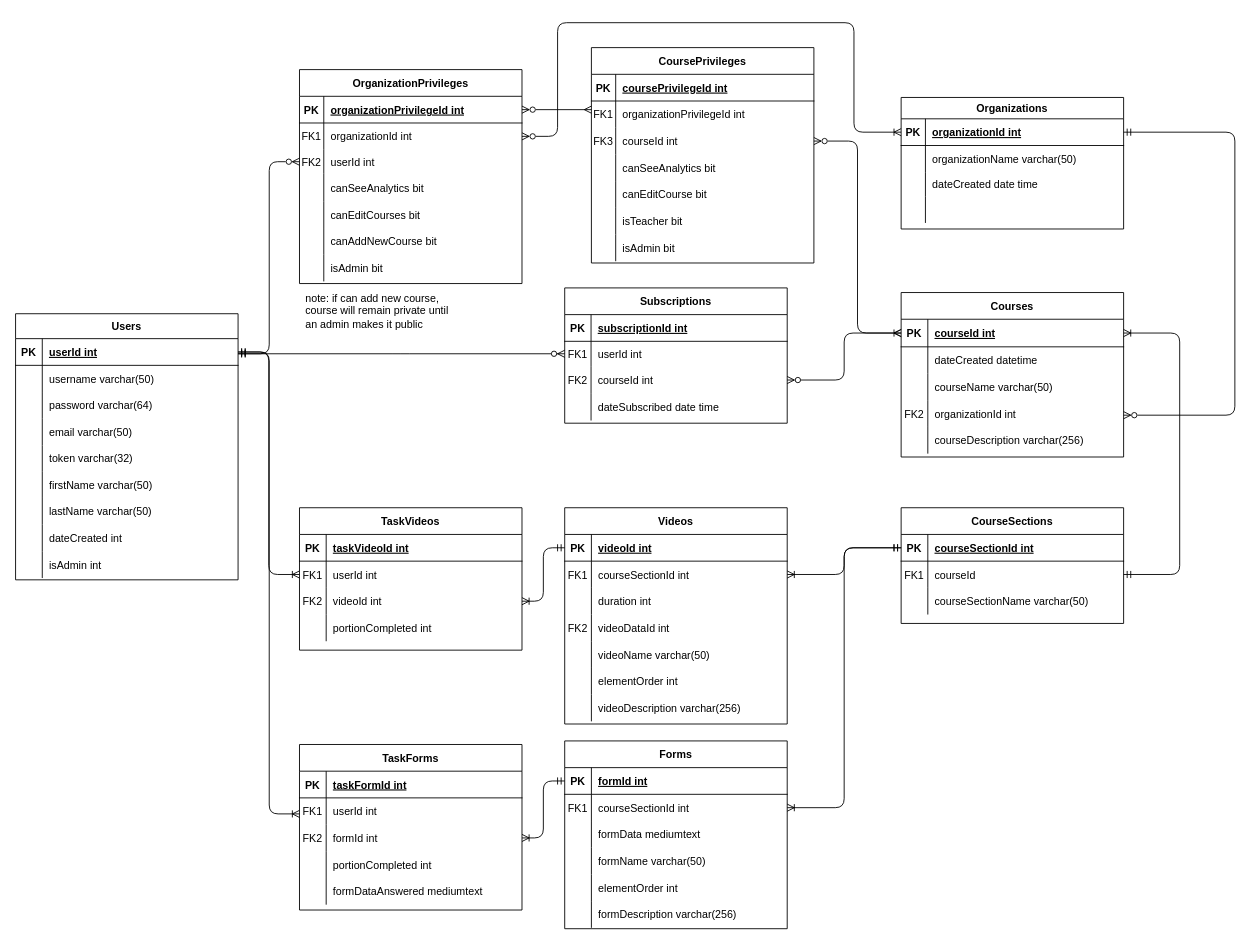
Chai112/MOOC keeps this draw.io diagram as docs/MOOC.drawio. Above is the earlier version. Source tidied: cells renumbered, new cells numbered last; positions are measured from the earlier drawing's top-left corner, leaving out a move shared by most shapes. Both pictures are drawn from the tidied source at 89%, with x=0, y=0 at pixel (15, 22).
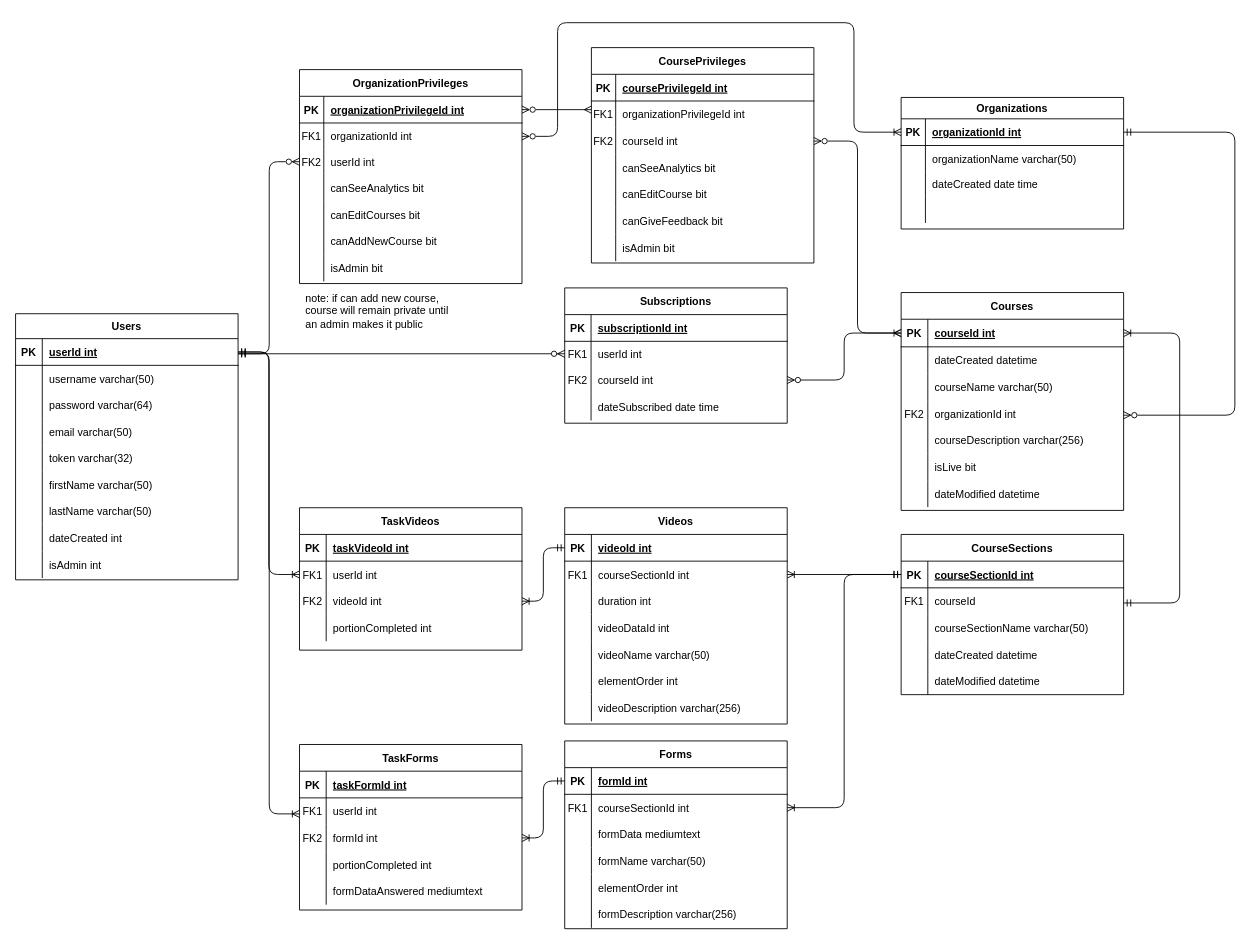
The same page after the edit.

The change refers to these unchanged cells:
```xml
<mxCell id="18" style="shape=partialRectangle;fillColor=none;points=[[0,0.5],[1,0.5]];portConstraint=eastwest;top=0;left=0;right=0;bottom=1;" parent="17" vertex="1">
  <mxGeometry y="30" width="250" height="31" as="geometry" />
</mxCell>
<mxCell id="71" style="shape=partialRectangle;fillColor=none;top=0;left=0;right=0;bottom=0;" parent="61" vertex="1">
  <mxGeometry y="120" width="250" height="30" as="geometry" />
</mxCell>
<mxCell id="87" style="shape=partialRectangle;fillColor=none;points=[[0,0.5],[1,0.5]];portConstraint=eastwest;top=0;left=0;right=0;bottom=0;" parent="83" vertex="1">
  <mxGeometry y="60" width="250" height="30" as="geometry" />
</mxCell>
<mxCell id="193" style="shape=partialRectangle;fillColor=none;points=[[0,0.5],[1,0.5]];portConstraint=eastwest;top=0;left=0;right=0;bottom=0;" parent="186" vertex="1">
  <mxGeometry y="90" width="250" height="30" as="geometry" />
</mxCell>
<mxCell id="202" style="shape=partialRectangle;fillColor=none;top=0;left=0;right=0;bottom=0;" parent="186" vertex="1">
  <mxGeometry y="180" width="250" height="30" as="geometry" />
</mxCell>
```

The edit, as a diff of the source:
```diff
@@
     <mxCell id="17" value="Courses" style="shape=table;startSize=30;childLayout=tableLayout;rowLines=0;fontStyle=1;align=center;" parent="1" vertex="1">
-      <mxGeometry x="995" y="303.2" width="250" height="184.8" as="geometry" />
+      <mxGeometry x="995" y="303.2" width="250" height="244.8" as="geometry" />
     </mxCell>
@@
+    <mxCell id="211" style="shape=partialRectangle;fillColor=none;top=0;left=0;right=0;bottom=0;" parent="17" vertex="1">
+      <mxGeometry y="181" width="250" height="30" as="geometry" />
+    </mxCell>
+    <mxCell id="212" style="shape=partialRectangle;overflow=hidden;fillColor=none;top=0;left=0;bottom=0;right=0;" parent="211" vertex="1">
+      <mxGeometry width="30" height="30" as="geometry" />
+    </mxCell>
+    <mxCell id="213" value="isLive bit" style="shape=partialRectangle;overflow=hidden;fillColor=none;top=0;left=0;bottom=0;right=0;align=left;spacingLeft=6;" parent="211" vertex="1">
+      <mxGeometry x="30" width="220" height="30" as="geometry" />
+    </mxCell>
+    <mxCell id="214" style="shape=partialRectangle;fillColor=none;top=0;left=0;right=0;bottom=0;" parent="17" vertex="1">
+      <mxGeometry y="211" width="250" height="30" as="geometry" />
+    </mxCell>
+    <mxCell id="215" style="shape=partialRectangle;overflow=hidden;fillColor=none;top=0;left=0;bottom=0;right=0;" parent="214" vertex="1">
+      <mxGeometry width="30" height="30" as="geometry" />
+    </mxCell>
+    <mxCell id="216" value="dateModified datetime" style="shape=partialRectangle;overflow=hidden;fillColor=none;top=0;left=0;bottom=0;right=0;align=left;spacingLeft=6;" parent="214" vertex="1">
+      <mxGeometry x="30" width="220" height="30" as="geometry" />
+    </mxCell>
@@
-    <mxCell id="72" value="FK2" style="shape=partialRectangle;overflow=hidden;fillColor=none;top=0;left=0;bottom=0;right=0;" parent="71" vertex="1">
+    <mxCell id="72" style="shape=partialRectangle;overflow=hidden;fillColor=none;top=0;left=0;bottom=0;right=0;" parent="71" vertex="1">
       <mxGeometry width="30" height="30" as="geometry" />
     </mxCell>
@@
     <mxCell id="83" value="CourseSections" style="shape=table;startSize=30;childLayout=tableLayout;rowLines=0;fontStyle=1;align=center;" parent="1" vertex="1">
-      <mxGeometry x="995" y="545" width="250" height="130" as="geometry" />
+      <mxGeometry x="995" y="575" width="250" height="180" as="geometry" />
     </mxCell>
@@
+    <mxCell id="217" style="shape=partialRectangle;fillColor=none;top=0;left=0;right=0;bottom=0;" parent="83" vertex="1">
+      <mxGeometry y="120" width="250" height="30" as="geometry" />
+    </mxCell>
+    <mxCell id="218" style="shape=partialRectangle;overflow=hidden;fillColor=none;top=0;left=0;bottom=0;right=0;" parent="217" vertex="1">
+      <mxGeometry width="30" height="30" as="geometry" />
+    </mxCell>
+    <mxCell id="219" value="dateCreated datetime" style="shape=partialRectangle;overflow=hidden;fillColor=none;top=0;left=0;bottom=0;right=0;align=left;spacingLeft=6;" parent="217" vertex="1">
+      <mxGeometry x="30" width="220" height="30" as="geometry" />
+    </mxCell>
+    <mxCell id="220" style="shape=partialRectangle;fillColor=none;top=0;left=0;right=0;bottom=0;" parent="83" vertex="1">
+      <mxGeometry y="150" width="250" height="30" as="geometry" />
+    </mxCell>
+    <mxCell id="221" style="shape=partialRectangle;overflow=hidden;fillColor=none;top=0;left=0;bottom=0;right=0;" parent="220" vertex="1">
+      <mxGeometry width="30" height="30" as="geometry" />
+    </mxCell>
+    <mxCell id="222" value="dateModified datetime" style="shape=partialRectangle;overflow=hidden;fillColor=none;top=0;left=0;bottom=0;right=0;align=left;spacingLeft=6;" parent="220" vertex="1">
+      <mxGeometry x="30" width="220" height="30" as="geometry" />
+    </mxCell>
     <mxCell id="93" style="edgeStyle=orthogonalEdgeStyle;rounded=1;jettySize=auto;html=1;entryX=1;entryY=0.5;entryDx=0;entryDy=0;startArrow=ERmandOne;startFill=0;endArrow=ERoneToMany;endFill=0;" parent="1" edge="1" source="87" target="18">
       <mxGeometry relative="1" as="geometry">
         <Array as="points">
-          <mxPoint x="1308" y="620" />
+          <mxPoint x="1308" y="652" />
           <mxPoint x="1308" y="349" />
         </Array>
       </mxGeometry>
     </mxCell>
@@
-    <mxCell id="194" value="FK3" style="shape=partialRectangle;overflow=hidden;fillColor=none;top=0;left=0;bottom=0;right=0;" parent="193" vertex="1">
+    <mxCell id="194" value="FK2" style="shape=partialRectangle;overflow=hidden;fillColor=none;top=0;left=0;bottom=0;right=0;" parent="193" vertex="1">
       <mxGeometry width="27.3" height="30" as="geometry" />
     </mxCell>
@@
-    <mxCell id="204" value="isTeacher bit" style="shape=partialRectangle;overflow=hidden;fillColor=none;top=0;left=0;bottom=0;right=0;align=left;spacingLeft=6;" parent="202" vertex="1">
+    <mxCell id="204" value="canGiveFeedback bit" style="shape=partialRectangle;overflow=hidden;fillColor=none;top=0;left=0;bottom=0;right=0;align=left;spacingLeft=6;" parent="202" vertex="1">
       <mxGeometry x="27.3" width="222.7" height="30" as="geometry" />
     </mxCell>
```
